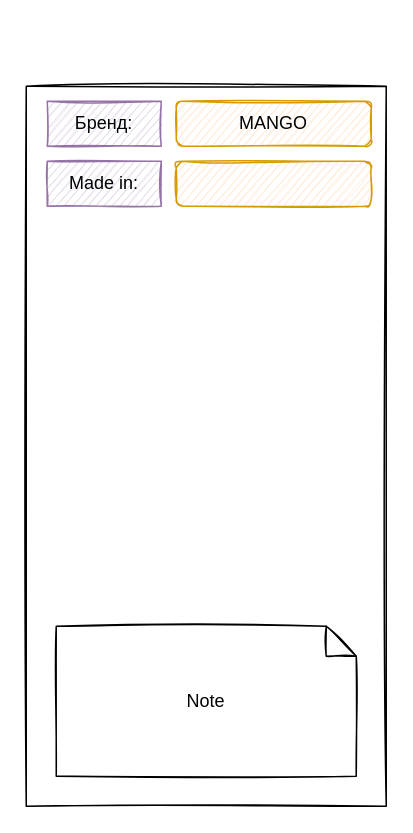
ksko-git/rnToDoList keeps this draw.io diagram as Untitled Diagram.drawio. Above is the earlier version. Source tidied: cells renumbered, new cells numbered last; positions are measured from the earlier drawing's top-left corner, leaving out a move shared by most shapes. Both pictures are drawn from the tidied source at 150%, with x=0, y=0 at pixel (26, 86). Pictures stored in the file or linked from it are replaced by grey dashed boxes.
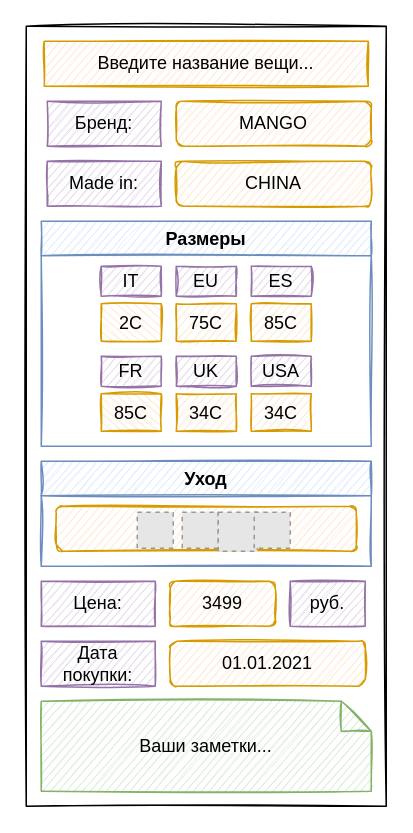
After the change.

Diff of the diagram source:
```diff
@@
-    <mxCell id="2" style="rounded=0;whiteSpace=wrap;html=1;glass=0;shadow=0;sketch=1;" parent="1" vertex="1">
-      <mxGeometry width="240" height="480" as="geometry" />
-    </mxCell>
@@
-    <mxCell id="6" style="rounded=1;whiteSpace=wrap;html=1;shadow=0;glass=0;sketch=1;fillColor=#ffe6cc;strokeColor=#d79b00;" parent="1" vertex="1">
+    <mxCell id="6" value="CHINA" style="rounded=1;whiteSpace=wrap;html=1;shadow=0;glass=0;sketch=1;fillColor=#ffe6cc;strokeColor=#d79b00;" parent="1" vertex="1">
       <mxGeometry x="100" y="50" width="130" height="30" as="geometry" />
     </mxCell>
-    <mxCell id="7" value="Note" style="shape=note;size=20;whiteSpace=wrap;html=1;rounded=0;shadow=0;glass=0;sketch=1;" parent="1" vertex="1">
-      <mxGeometry x="20" y="360" width="200" height="100" as="geometry" />
+    <mxCell id="7" value="Ваши заметки..." style="shape=note;size=20;whiteSpace=wrap;html=1;rounded=0;shadow=0;glass=0;sketch=1;fillColor=#d5e8d4;strokeColor=#82b366;" parent="1" vertex="1">
+      <mxGeometry x="10" y="410" width="220" height="60" as="geometry" />
     </mxCell>
+    <mxCell id="8" value="Цена:" style="rounded=0;whiteSpace=wrap;html=1;shadow=0;glass=0;sketch=1;fillColor=#e1d5e7;strokeColor=#9673a6;" parent="1" vertex="1">
+      <mxGeometry x="10" y="330" width="76" height="30" as="geometry" />
+    </mxCell>
+    <mxCell id="9" value="3499" style="rounded=1;whiteSpace=wrap;html=1;shadow=0;glass=0;sketch=1;fillColor=#ffe6cc;strokeColor=#d79b00;" parent="1" vertex="1">
+      <mxGeometry x="96" y="330" width="70" height="30" as="geometry" />
+    </mxCell>
+    <mxCell id="10" value="руб." style="rounded=0;whiteSpace=wrap;html=1;shadow=0;glass=0;sketch=1;fillColor=#e1d5e7;strokeColor=#9673a6;" parent="1" vertex="1">
+      <mxGeometry x="176" y="330" width="50" height="30" as="geometry" />
+    </mxCell>
+    <mxCell id="11" value="Введите название вещи..." style="rounded=0;whiteSpace=wrap;html=1;shadow=0;glass=0;sketch=1;fillColor=#ffe6cc;strokeColor=#d79b00;" parent="1" vertex="1">
+      <mxGeometry x="12" y="-30" width="216" height="30" as="geometry" />
+    </mxCell>
+    <mxCell id="12" value="Дата покупки:" style="rounded=0;whiteSpace=wrap;html=1;shadow=0;glass=0;sketch=1;fillColor=#e1d5e7;strokeColor=#9673a6;" parent="1" vertex="1">
+      <mxGeometry x="10" y="370" width="76" height="30" as="geometry" />
+    </mxCell>
+    <mxCell id="13" value="01.01.2021" style="rounded=1;whiteSpace=wrap;html=1;shadow=0;glass=0;sketch=1;fillColor=#ffe6cc;strokeColor=#d79b00;" parent="1" vertex="1">
+      <mxGeometry x="96" y="370" width="130" height="30" as="geometry" />
+    </mxCell>
+    <mxCell id="14" value="Размеры" style="swimlane;rounded=0;shadow=0;glass=0;sketch=1;fillColor=#dae8fc;strokeColor=#6c8ebf;" parent="1" vertex="1">
+      <mxGeometry x="10" y="90" width="220" height="150" as="geometry" />
+    </mxCell>
+    <mxCell id="15" value="IT" style="rounded=0;whiteSpace=wrap;html=1;shadow=0;glass=0;sketch=1;fillColor=#e1d5e7;strokeColor=#9673a6;" parent="14" vertex="1">
+      <mxGeometry x="40" y="30" width="40" height="20" as="geometry" />
+    </mxCell>
+    <mxCell id="16" value="EU" style="rounded=0;whiteSpace=wrap;html=1;shadow=0;glass=0;sketch=1;fillColor=#e1d5e7;strokeColor=#9673a6;" parent="14" vertex="1">
+      <mxGeometry x="90" y="30" width="40" height="20" as="geometry" />
+    </mxCell>
+    <mxCell id="17" value="ES" style="rounded=0;whiteSpace=wrap;html=1;shadow=0;glass=0;sketch=1;fillColor=#e1d5e7;strokeColor=#9673a6;" parent="14" vertex="1">
+      <mxGeometry x="140" y="30" width="40" height="20" as="geometry" />
+    </mxCell>
+    <mxCell id="18" value="2C" style="rounded=0;whiteSpace=wrap;html=1;shadow=0;glass=0;sketch=1;fillColor=#ffe6cc;strokeColor=#d79b00;direction=south;" parent="14" vertex="1">
+      <mxGeometry x="40" y="55" width="40" height="25" as="geometry" />
+    </mxCell>
+    <mxCell id="19" value="75C" style="rounded=0;whiteSpace=wrap;html=1;shadow=0;glass=0;sketch=1;fillColor=#ffe6cc;strokeColor=#d79b00;" parent="14" vertex="1">
+      <mxGeometry x="90" y="55" width="40" height="25" as="geometry" />
+    </mxCell>
+    <mxCell id="20" value="85C" style="rounded=0;whiteSpace=wrap;html=1;shadow=0;glass=0;sketch=1;fillColor=#ffe6cc;strokeColor=#d79b00;" parent="14" vertex="1">
+      <mxGeometry x="140" y="55" width="40" height="25" as="geometry" />
+    </mxCell>
+    <mxCell id="21" value="FR" style="rounded=0;whiteSpace=wrap;html=1;shadow=0;glass=0;sketch=1;fillColor=#e1d5e7;strokeColor=#9673a6;" parent="14" vertex="1">
+      <mxGeometry x="40" y="90" width="40" height="20" as="geometry" />
+    </mxCell>
+    <mxCell id="22" value="UK" style="rounded=0;whiteSpace=wrap;html=1;shadow=0;glass=0;sketch=1;fillColor=#e1d5e7;strokeColor=#9673a6;" parent="14" vertex="1">
+      <mxGeometry x="90" y="90" width="40" height="20" as="geometry" />
+    </mxCell>
+    <mxCell id="23" value="USA" style="rounded=0;whiteSpace=wrap;html=1;shadow=0;glass=0;sketch=1;fillColor=#e1d5e7;strokeColor=#9673a6;" parent="14" vertex="1">
+      <mxGeometry x="140" y="90" width="40" height="20" as="geometry" />
+    </mxCell>
+    <mxCell id="24" value="85C" style="rounded=0;whiteSpace=wrap;html=1;shadow=0;glass=0;sketch=1;fillColor=#ffe6cc;strokeColor=#d79b00;direction=south;" parent="14" vertex="1">
+      <mxGeometry x="40" y="115" width="40" height="25" as="geometry" />
+    </mxCell>
+    <mxCell id="25" value="34C" style="rounded=0;whiteSpace=wrap;html=1;shadow=0;glass=0;sketch=1;fillColor=#ffe6cc;strokeColor=#d79b00;" parent="14" vertex="1">
+      <mxGeometry x="90" y="115" width="40" height="25" as="geometry" />
+    </mxCell>
+    <mxCell id="26" value="34C" style="rounded=0;whiteSpace=wrap;html=1;shadow=0;glass=0;sketch=1;fillColor=#ffe6cc;strokeColor=#d79b00;" parent="14" vertex="1">
+      <mxGeometry x="140" y="115" width="40" height="25" as="geometry" />
+    </mxCell>
+    <mxCell id="27" value="Уход" style="swimlane;rounded=0;shadow=0;glass=0;sketch=1;fillColor=#dae8fc;strokeColor=#6c8ebf;" parent="1" vertex="1">
+      <mxGeometry x="10" y="250" width="220" height="70" as="geometry" />
+    </mxCell>
+    <mxCell id="28" style="rounded=1;whiteSpace=wrap;html=1;shadow=0;glass=0;sketch=1;fillColor=#ffe6cc;strokeColor=#d79b00;" parent="27" vertex="1">
+      <mxGeometry x="10" y="30" width="200" height="30" as="geometry" />
+    </mxCell>
+    <mxCell id="29" style="fillColor=#E6E6E6;strokeColor=#999999;dashed=1;verticalLabelPosition=bottom;labelBackgroundColor=#ffffff;verticalAlign=top;" parent="27" vertex="1">
+      <mxGeometry x="64" y="34" width="24" height="24" as="geometry" />
+    </mxCell>
+    <mxCell id="30" style="fillColor=#E6E6E6;strokeColor=#999999;dashed=1;verticalLabelPosition=bottom;labelBackgroundColor=#ffffff;verticalAlign=top;" parent="27" vertex="1">
+      <mxGeometry x="94" y="34" width="24" height="24" as="geometry" />
+    </mxCell>
+    <mxCell id="31" style="fillColor=#E6E6E6;strokeColor=#999999;dashed=1;verticalLabelPosition=bottom;labelBackgroundColor=#ffffff;verticalAlign=top;" parent="27" vertex="1">
+      <mxGeometry x="118" y="34" width="26" height="26" as="geometry" />
+    </mxCell>
+    <mxCell id="32" style="fillColor=#E6E6E6;strokeColor=#999999;dashed=1;verticalLabelPosition=bottom;labelBackgroundColor=#ffffff;verticalAlign=top;" parent="27" vertex="1">
+      <mxGeometry x="142" y="34" width="24" height="24" as="geometry" />
+    </mxCell>
+    <mxCell id="2" style="rounded=0;whiteSpace=wrap;html=1;glass=0;shadow=0;sketch=1;fillColor=none;" parent="27" vertex="1">
+      <mxGeometry x="-10" y="-290" width="240" height="520" as="geometry" />
+    </mxCell>
```
